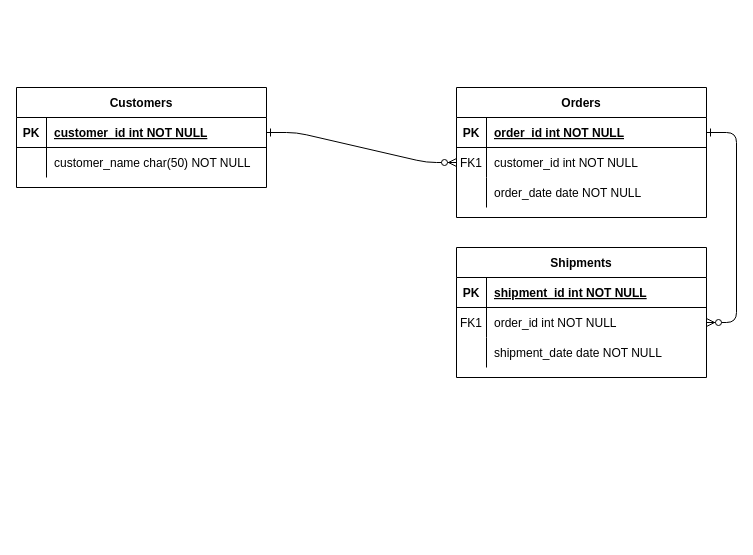
Earlier version of the draw.io diagram SQL入門12-1.drawio (hie3-336/ER-draw.io). Source tidied: cells renumbered, new cells numbered last; positions are measured from the earlier drawing's top-left corner, leaving out a move shared by most shapes. Both pictures are drawn from the tidied source at 100%, with x=0, y=0 at pixel (16, 87).
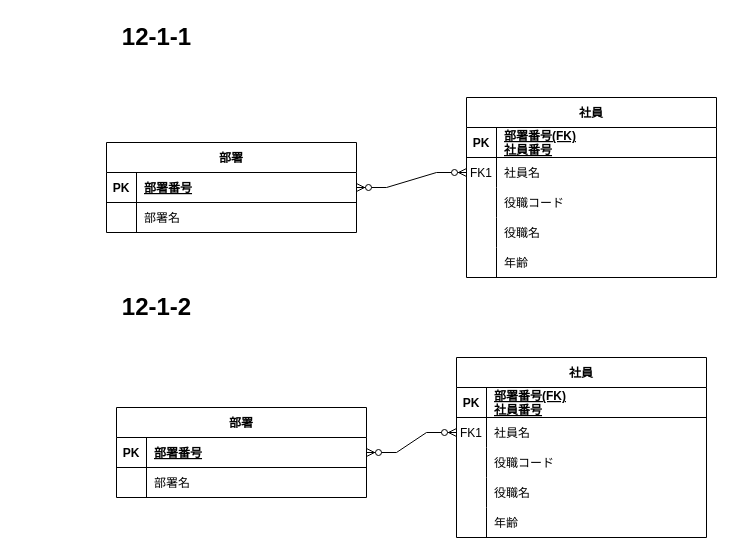
After the change.

Commit message (it also covers changes not shown here):
SQL入門12-1.drawio を更新します

The change refers to these unchanged cells:
```xml
<mxCell id="5" style="shape=partialRectangle;fillColor=none;points=[[0,0.5],[1,0.5]];portConstraint=eastwest;top=0;left=0;right=0;bottom=1;" parent="4" vertex="1">
  <mxGeometry y="30" width="250" height="30" as="geometry" />
</mxCell>
<mxCell id="8" style="shape=partialRectangle;fillColor=none;points=[[0,0.5],[1,0.5]];portConstraint=eastwest;top=0;left=0;right=0;bottom=0;" parent="4" vertex="1">
  <mxGeometry y="60" width="250" height="30" as="geometry" />
</mxCell>
<mxCell id="11" style="shape=partialRectangle;fillColor=none;top=0;left=0;right=0;bottom=0;" parent="4" vertex="1">
  <mxGeometry y="90" width="250" height="30" as="geometry" />
</mxCell>
<mxCell id="25" style="shape=partialRectangle;fillColor=none;points=[[0,0.5],[1,0.5]];portConstraint=eastwest;top=0;left=0;right=0;bottom=1;" parent="24" vertex="1">
  <mxGeometry y="30" width="250" height="30" as="geometry" />
</mxCell>
<mxCell id="28" style="shape=partialRectangle;fillColor=none;top=0;left=0;right=0;bottom=0;" parent="24" vertex="1">
  <mxGeometry y="60" width="250" height="30" as="geometry" />
</mxCell>
```

Diff of the diagram source:
```diff
@@
-    <mxCell id="2" style="edgeStyle=entityRelationEdgeStyle;endArrow=ERzeroToMany;startArrow=ERone;endFill=1;startFill=0;" parent="1" edge="1" source="25" target="8">
-      <mxGeometry relative="1" as="geometry" />
-    </mxCell>
-    <mxCell id="3" style="edgeStyle=entityRelationEdgeStyle;endArrow=ERzeroToMany;startArrow=ERone;endFill=1;startFill=0;" parent="1" edge="1" source="5" target="18">
-      <mxGeometry relative="1" as="geometry" />
-    </mxCell>
-    <mxCell id="4" value="Orders" style="shape=table;startSize=30;childLayout=tableLayout;rowLines=0;fontStyle=1;align=center;" parent="1" vertex="1">
-      <mxGeometry x="440" width="250" height="130" as="geometry" />
+    <mxCell id="4" value="社員" style="shape=table;startSize=30;childLayout=tableLayout;rowLines=0;fontStyle=1;align=center;" parent="1" vertex="1">
+      <mxGeometry x="440" y="270" width="250" height="180" as="geometry" />
     </mxCell>
@@
-    <mxCell id="7" value="order_id int NOT NULL " style="shape=partialRectangle;overflow=hidden;fillColor=none;top=0;left=0;bottom=0;right=0;align=left;spacingLeft=6;fontStyle=5;" parent="5" vertex="1">
+    <mxCell id="7" value="部署番号(FK)&#10;社員番号" style="shape=partialRectangle;overflow=hidden;fillColor=none;top=0;left=0;bottom=0;right=0;align=left;spacingLeft=6;fontStyle=5;" parent="5" vertex="1">
       <mxGeometry x="30" width="220" height="30" as="geometry" />
     </mxCell>
@@
-    <mxCell id="10" value="customer_id int NOT NULL" style="shape=partialRectangle;overflow=hidden;fillColor=none;top=0;left=0;bottom=0;right=0;align=left;spacingLeft=6;" parent="8" vertex="1">
+    <mxCell id="10" value="社員名" style="shape=partialRectangle;overflow=hidden;fillColor=none;top=0;left=0;bottom=0;right=0;align=left;spacingLeft=6;" parent="8" vertex="1">
       <mxGeometry x="30" width="220" height="30" as="geometry" />
     </mxCell>
@@
-    <mxCell id="13" value="order_date date NOT NULL" style="shape=partialRectangle;overflow=hidden;fillColor=none;top=0;left=0;bottom=0;right=0;align=left;spacingLeft=6;" parent="11" vertex="1">
+    <mxCell id="13" value="役職コード" style="shape=partialRectangle;overflow=hidden;fillColor=none;top=0;left=0;bottom=0;right=0;align=left;spacingLeft=6;" parent="11" vertex="1">
       <mxGeometry x="30" width="220" height="30" as="geometry" />
     </mxCell>
-    <mxCell id="14" value="Shipments" style="shape=table;startSize=30;childLayout=tableLayout;rowLines=0;fontStyle=1;align=center;" parent="1" vertex="1">
-      <mxGeometry x="440" y="160" width="250" height="130" as="geometry" />
-    </mxCell>
-    <mxCell id="15" style="shape=partialRectangle;fillColor=none;top=0;left=0;right=0;bottom=1;" parent="14" vertex="1">
-      <mxGeometry y="30" width="250" height="30" as="geometry" />
-    </mxCell>
-    <mxCell id="16" value="PK" style="shape=partialRectangle;overflow=hidden;fillColor=none;top=0;left=0;bottom=0;right=0;fontStyle=1;" parent="15" vertex="1">
-      <mxGeometry width="30" height="30" as="geometry" />
-    </mxCell>
-    <mxCell id="17" value="shipment_id int NOT NULL " style="shape=partialRectangle;overflow=hidden;fillColor=none;top=0;left=0;bottom=0;right=0;align=left;spacingLeft=6;fontStyle=5;" parent="15" vertex="1">
-      <mxGeometry x="30" width="220" height="30" as="geometry" />
-    </mxCell>
-    <mxCell id="18" style="shape=partialRectangle;fillColor=none;points=[[0,0.5],[1,0.5]];portConstraint=eastwest;top=0;left=0;right=0;bottom=0;" parent="14" vertex="1">
-      <mxGeometry y="60" width="250" height="30" as="geometry" />
-    </mxCell>
-    <mxCell id="19" value="FK1" style="shape=partialRectangle;overflow=hidden;fillColor=none;top=0;left=0;bottom=0;right=0;" parent="18" vertex="1">
-      <mxGeometry width="30" height="30" as="geometry" />
-    </mxCell>
-    <mxCell id="20" value="order_id int NOT NULL" style="shape=partialRectangle;overflow=hidden;fillColor=none;top=0;left=0;bottom=0;right=0;align=left;spacingLeft=6;" parent="18" vertex="1">
-      <mxGeometry x="30" width="220" height="30" as="geometry" />
-    </mxCell>
-    <mxCell id="21" style="shape=partialRectangle;fillColor=none;top=0;left=0;right=0;bottom=0;" parent="14" vertex="1">
-      <mxGeometry y="90" width="250" height="30" as="geometry" />
-    </mxCell>
-    <mxCell id="22" style="shape=partialRectangle;overflow=hidden;fillColor=none;top=0;left=0;bottom=0;right=0;" parent="21" vertex="1">
-      <mxGeometry width="30" height="30" as="geometry" />
-    </mxCell>
-    <mxCell id="23" value="shipment_date date NOT NULL" style="shape=partialRectangle;overflow=hidden;fillColor=none;top=0;left=0;bottom=0;right=0;align=left;spacingLeft=6;" parent="21" vertex="1">
-      <mxGeometry x="30" width="220" height="30" as="geometry" />
-    </mxCell>
+    <mxCell id="31" style="shape=partialRectangle;fillColor=none;top=0;left=0;right=0;bottom=0;" parent="4" vertex="1">
+      <mxGeometry y="120" width="250" height="30" as="geometry" />
+    </mxCell>
+    <mxCell id="32" style="shape=partialRectangle;overflow=hidden;fillColor=none;top=0;left=0;bottom=0;right=0;" parent="31" vertex="1">
+      <mxGeometry width="30" height="30" as="geometry" />
+    </mxCell>
+    <mxCell id="33" value="役職名" style="shape=partialRectangle;overflow=hidden;fillColor=none;top=0;left=0;bottom=0;right=0;align=left;spacingLeft=6;" parent="31" vertex="1">
+      <mxGeometry x="30" width="220" height="30" as="geometry" />
+    </mxCell>
+    <mxCell id="34" style="shape=partialRectangle;fillColor=none;top=0;left=0;right=0;bottom=0;" parent="4" vertex="1">
+      <mxGeometry y="150" width="250" height="30" as="geometry" />
+    </mxCell>
+    <mxCell id="35" style="shape=partialRectangle;overflow=hidden;fillColor=none;top=0;left=0;bottom=0;right=0;" parent="34" vertex="1">
+      <mxGeometry width="30" height="30" as="geometry" />
+    </mxCell>
+    <mxCell id="36" value="年齢" style="shape=partialRectangle;overflow=hidden;fillColor=none;top=0;left=0;bottom=0;right=0;align=left;spacingLeft=6;" parent="34" vertex="1">
+      <mxGeometry x="30" width="220" height="30" as="geometry" />
+    </mxCell>
-    <mxCell id="24" value="Customers" style="shape=table;startSize=30;childLayout=tableLayout;rowLines=0;fontStyle=1;align=center;" parent="1" vertex="1">
-      <mxGeometry width="250" height="100" as="geometry" />
+    <mxCell id="24" value="部署" style="shape=table;startSize=30;childLayout=tableLayout;rowLines=0;fontStyle=1;align=center;" parent="1" vertex="1">
+      <mxGeometry x="100" y="320" width="250" height="90" as="geometry" />
     </mxCell>
@@
-    <mxCell id="27" value="customer_id int NOT NULL " style="shape=partialRectangle;overflow=hidden;fillColor=none;top=0;left=0;bottom=0;right=0;align=left;spacingLeft=6;fontStyle=5;" parent="25" vertex="1">
+    <mxCell id="27" value="部署番号" style="shape=partialRectangle;overflow=hidden;fillColor=none;top=0;left=0;bottom=0;right=0;align=left;spacingLeft=6;fontStyle=5;" parent="25" vertex="1">
       <mxGeometry x="30" width="220" height="30" as="geometry" />
     </mxCell>
@@
-    <mxCell id="30" value="customer_name char(50) NOT NULL" style="shape=partialRectangle;overflow=hidden;fillColor=none;top=0;left=0;bottom=0;right=0;align=left;spacingLeft=6;" parent="28" vertex="1">
+    <mxCell id="30" value="部署名" style="shape=partialRectangle;overflow=hidden;fillColor=none;top=0;left=0;bottom=0;right=0;align=left;spacingLeft=6;" parent="28" vertex="1">
       <mxGeometry x="30" width="220" height="30" as="geometry" />
     </mxCell>
+    <mxCell id="2" style="edgeStyle=entityRelationEdgeStyle;fontSize=12;html=1;endArrow=ERzeroToMany;endFill=1;startArrow=ERzeroToMany;rounded=0;entryX=0;entryY=0.5;entryDx=0;entryDy=0;exitX=1;exitY=0.5;exitDx=0;exitDy=0;" parent="1" edge="1" source="25" target="8">
+      <mxGeometry relative="1" as="geometry" />
+    </mxCell>
+    <mxCell id="37" value="12-1-1" style="text;strokeColor=none;fillColor=none;html=1;fontSize=24;fontStyle=1;verticalAlign=middle;align=center;" parent="1" vertex="1">
+      <mxGeometry x="90" y="-70" width="100" height="40" as="geometry" />
+    </mxCell>
+    <mxCell id="38" value="12-1-2" style="text;strokeColor=none;fillColor=none;html=1;fontSize=24;fontStyle=1;verticalAlign=middle;align=center;" parent="1" vertex="1">
+      <mxGeometry x="90" y="200" width="100" height="40" as="geometry" />
+    </mxCell>
+    <mxCell id="39" value="社員" style="shape=table;startSize=30;childLayout=tableLayout;rowLines=0;fontStyle=1;align=center;" parent="1" vertex="1">
+      <mxGeometry x="450" y="10" width="250" height="180" as="geometry" />
+    </mxCell>
+    <mxCell id="40" style="shape=partialRectangle;fillColor=none;top=0;left=0;right=0;bottom=1;" parent="39" vertex="1">
+      <mxGeometry y="30" width="250" height="30" as="geometry" />
+    </mxCell>
+    <mxCell id="41" value="PK" style="shape=partialRectangle;overflow=hidden;fillColor=none;top=0;left=0;bottom=0;right=0;fontStyle=1;" parent="40" vertex="1">
+      <mxGeometry width="30" height="30" as="geometry" />
+    </mxCell>
+    <mxCell id="42" value="部署番号(FK)&#10;社員番号" style="shape=partialRectangle;overflow=hidden;fillColor=none;top=0;left=0;bottom=0;right=0;align=left;spacingLeft=6;fontStyle=5;" parent="40" vertex="1">
+      <mxGeometry x="30" width="220" height="30" as="geometry" />
+    </mxCell>
+    <mxCell id="43" style="shape=partialRectangle;fillColor=none;points=[[0,0.5],[1,0.5]];portConstraint=eastwest;top=0;left=0;right=0;bottom=0;" parent="39" vertex="1">
+      <mxGeometry y="60" width="250" height="30" as="geometry" />
+    </mxCell>
+    <mxCell id="19" value="FK1" style="shape=partialRectangle;overflow=hidden;fillColor=none;top=0;left=0;bottom=0;right=0;" parent="43" vertex="1">
+      <mxGeometry width="30" height="30" as="geometry" />
+    </mxCell>
+    <mxCell id="44" value="社員名" style="shape=partialRectangle;overflow=hidden;fillColor=none;top=0;left=0;bottom=0;right=0;align=left;spacingLeft=6;" parent="43" vertex="1">
+      <mxGeometry x="30" width="220" height="30" as="geometry" />
+    </mxCell>
+    <mxCell id="21" style="shape=partialRectangle;fillColor=none;top=0;left=0;right=0;bottom=0;" parent="39" vertex="1">
+      <mxGeometry y="90" width="250" height="30" as="geometry" />
+    </mxCell>
+    <mxCell id="45" style="shape=partialRectangle;overflow=hidden;fillColor=none;top=0;left=0;bottom=0;right=0;" parent="21" vertex="1">
+      <mxGeometry width="30" height="30" as="geometry" />
+    </mxCell>
+    <mxCell id="46" value="役職コード" style="shape=partialRectangle;overflow=hidden;fillColor=none;top=0;left=0;bottom=0;right=0;align=left;spacingLeft=6;" parent="21" vertex="1">
+      <mxGeometry x="30" width="220" height="30" as="geometry" />
+    </mxCell>
+    <mxCell id="47" style="shape=partialRectangle;fillColor=none;top=0;left=0;right=0;bottom=0;" parent="39" vertex="1">
+      <mxGeometry y="120" width="250" height="30" as="geometry" />
+    </mxCell>
+    <mxCell id="48" style="shape=partialRectangle;overflow=hidden;fillColor=none;top=0;left=0;bottom=0;right=0;" parent="47" vertex="1">
+      <mxGeometry width="30" height="30" as="geometry" />
+    </mxCell>
+    <mxCell id="49" value="役職名" style="shape=partialRectangle;overflow=hidden;fillColor=none;top=0;left=0;bottom=0;right=0;align=left;spacingLeft=6;" parent="47" vertex="1">
+      <mxGeometry x="30" width="220" height="30" as="geometry" />
+    </mxCell>
+    <mxCell id="50" style="shape=partialRectangle;fillColor=none;top=0;left=0;right=0;bottom=0;" parent="39" vertex="1">
+      <mxGeometry y="150" width="250" height="30" as="geometry" />
+    </mxCell>
+    <mxCell id="51" style="shape=partialRectangle;overflow=hidden;fillColor=none;top=0;left=0;bottom=0;right=0;" parent="50" vertex="1">
+      <mxGeometry width="30" height="30" as="geometry" />
+    </mxCell>
+    <mxCell id="52" value="年齢" style="shape=partialRectangle;overflow=hidden;fillColor=none;top=0;left=0;bottom=0;right=0;align=left;spacingLeft=6;" parent="50" vertex="1">
+      <mxGeometry x="30" width="220" height="30" as="geometry" />
+    </mxCell>
+    <mxCell id="53" value="部署" style="shape=table;startSize=30;childLayout=tableLayout;rowLines=0;fontStyle=1;align=center;" parent="1" vertex="1">
+      <mxGeometry x="90" y="55" width="250" height="90" as="geometry" />
+    </mxCell>
+    <mxCell id="54" style="shape=partialRectangle;fillColor=none;points=[[0,0.5],[1,0.5]];portConstraint=eastwest;top=0;left=0;right=0;bottom=1;" parent="53" vertex="1">
+      <mxGeometry y="30" width="250" height="30" as="geometry" />
+    </mxCell>
+    <mxCell id="55" value="PK" style="shape=partialRectangle;overflow=hidden;fillColor=none;top=0;left=0;bottom=0;right=0;fontStyle=1;" parent="54" vertex="1">
+      <mxGeometry width="30" height="30" as="geometry" />
+    </mxCell>
+    <mxCell id="56" value="部署番号" style="shape=partialRectangle;overflow=hidden;fillColor=none;top=0;left=0;bottom=0;right=0;align=left;spacingLeft=6;fontStyle=5;" parent="54" vertex="1">
+      <mxGeometry x="30" width="220" height="30" as="geometry" />
+    </mxCell>
+    <mxCell id="57" style="shape=partialRectangle;fillColor=none;top=0;left=0;right=0;bottom=0;" parent="53" vertex="1">
+      <mxGeometry y="60" width="250" height="30" as="geometry" />
+    </mxCell>
+    <mxCell id="58" style="shape=partialRectangle;overflow=hidden;fillColor=none;top=0;left=0;bottom=0;right=0;" parent="57" vertex="1">
+      <mxGeometry width="30" height="30" as="geometry" />
+    </mxCell>
+    <mxCell id="59" value="部署名" style="shape=partialRectangle;overflow=hidden;fillColor=none;top=0;left=0;bottom=0;right=0;align=left;spacingLeft=6;" parent="57" vertex="1">
+      <mxGeometry x="30" width="220" height="30" as="geometry" />
+    </mxCell>
+    <mxCell id="60" style="edgeStyle=entityRelationEdgeStyle;fontSize=12;html=1;endArrow=ERzeroToMany;endFill=1;startArrow=ERzeroToMany;rounded=0;entryX=0;entryY=0.5;entryDx=0;entryDy=0;exitX=1;exitY=0.5;exitDx=0;exitDy=0;" parent="1" edge="1" source="54" target="43">
+      <mxGeometry relative="1" as="geometry" />
+    </mxCell>
```
